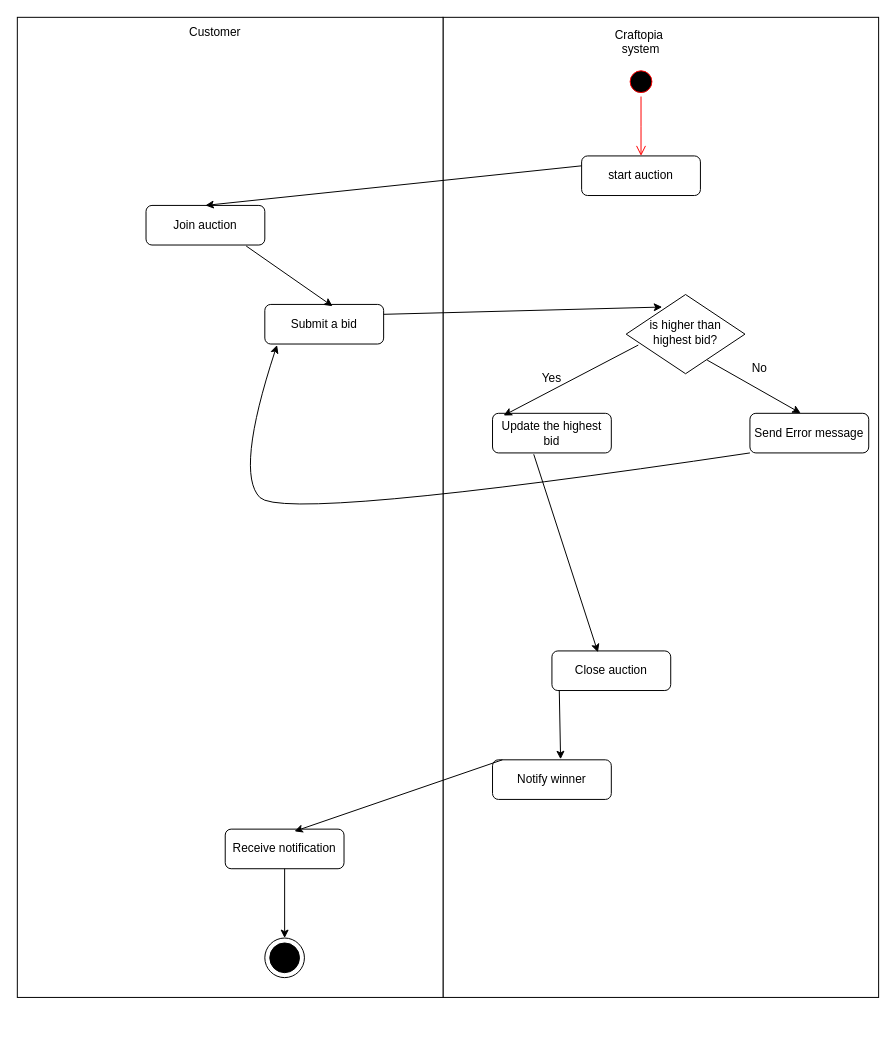
alibedair/Graduation-Project keeps this draw.io diagram as Activity diagram/auction.drawio. Above is the earlier version. Source tidied: cells renumbered, new cells numbered last; positions are measured from the earlier drawing's top-left corner, leaving out a move shared by most shapes. Both pictures are drawn from the tidied source at 99%, with x=0, y=0 at pixel (17, 17).
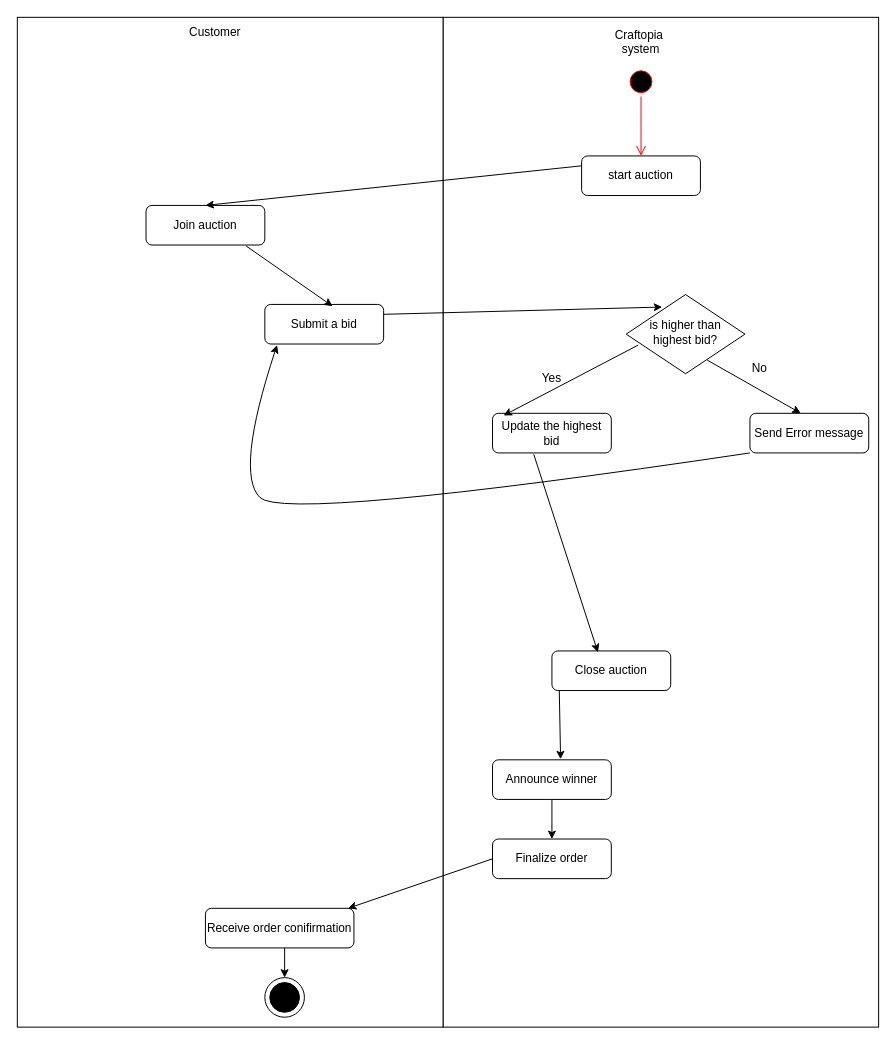
The same diagram, later.

Diff of the diagram source:
```diff
@@
     <mxCell id="2" style="rounded=0;whiteSpace=wrap;html=1;" parent="1" vertex="1">
-      <mxGeometry x="430" width="440" height="990" as="geometry" />
+      <mxGeometry x="430" width="440" height="1020" as="geometry" />
     </mxCell>
     <mxCell id="3" style="rounded=0;whiteSpace=wrap;html=1;" parent="1" vertex="1">
-      <mxGeometry width="430" height="990" as="geometry" />
+      <mxGeometry width="430" height="1020" as="geometry" />
     </mxCell>
@@
     <mxCell id="11" style="shape=mxgraph.sysml.actFinal;html=1;verticalLabelPosition=bottom;labelBackgroundColor=#ffffff;verticalAlign=top;" parent="1" vertex="1">
-      <mxGeometry x="250" y="930" width="40" height="40" as="geometry" />
+      <mxGeometry x="250" y="970" width="40" height="40" as="geometry" />
     </mxCell>
@@
-    <mxCell id="15" value="Notify winner" style="rounded=1;whiteSpace=wrap;html=1;fontSize=12;glass=0;strokeWidth=1;shadow=0;" parent="1" vertex="1">
+    <mxCell id="15" value="Announce winner" style="rounded=1;whiteSpace=wrap;html=1;fontSize=12;glass=0;strokeWidth=1;shadow=0;" parent="1" vertex="1">
       <mxGeometry x="480" y="750" width="120" height="40" as="geometry" />
     </mxCell>
-    <mxCell id="16" value="Receive notification" style="rounded=1;whiteSpace=wrap;html=1;fontSize=12;glass=0;strokeWidth=1;shadow=0;" parent="1" vertex="1">
-      <mxGeometry x="210" y="820" width="120" height="40" as="geometry" />
-    </mxCell>
@@
-    <mxCell id="19" style="endArrow=classic;html=1;rounded=0;exitX=0.5;exitY=1;exitDx=0;exitDy=0;" parent="1" edge="1" source="16" target="11">
-      <mxGeometry relative="1" as="geometry" />
+    <mxCell id="19" style="endArrow=classic;html=1;rounded=0;" parent="1" edge="1" target="11">
+      <mxGeometry relative="1" as="geometry">
+        <mxPoint x="270" y="940" as="sourcePoint" />
+      </mxGeometry>
     </mxCell>
@@
-    <mxCell id="24" style="endArrow=classic;html=1;rounded=0;exitX=0.083;exitY=0;exitDx=0;exitDy=0;exitPerimeter=0;entryX=0.583;entryY=0.055;entryDx=0;entryDy=0;entryPerimeter=0;" parent="1" edge="1" source="15" target="16">
-      <mxGeometry relative="1" as="geometry" />
-    </mxCell>
@@
+    <mxCell id="30" style="edgeStyle=orthogonalEdgeStyle;rounded=0;jettySize=auto;html=1;" parent="1" edge="1" source="15" target="31">
+      <mxGeometry relative="1" as="geometry" />
+    </mxCell>
+    <mxCell id="31" value="Finalize order" style="rounded=1;whiteSpace=wrap;html=1;fontSize=12;glass=0;strokeWidth=1;shadow=0;" parent="1" vertex="1">
+      <mxGeometry x="480" y="830" width="120" height="40" as="geometry" />
+    </mxCell>
+    <mxCell id="32" value="Receive order conifirmation" style="rounded=1;whiteSpace=wrap;html=1;fontSize=12;glass=0;strokeWidth=1;shadow=0;" parent="1" vertex="1">
+      <mxGeometry x="190" y="900" width="150" height="40" as="geometry" />
+    </mxCell>
+    <mxCell id="33" style="endArrow=classic;html=1;rounded=0;entryX=0;entryY=0.5;entryDx=0;entryDy=0;exitX=0;exitY=0.5;exitDx=0;exitDy=0;" parent="1" edge="1" source="31">
+      <mxGeometry relative="1" as="geometry">
+        <mxPoint x="334" y="900" as="targetPoint" />
+      </mxGeometry>
+    </mxCell>
```
